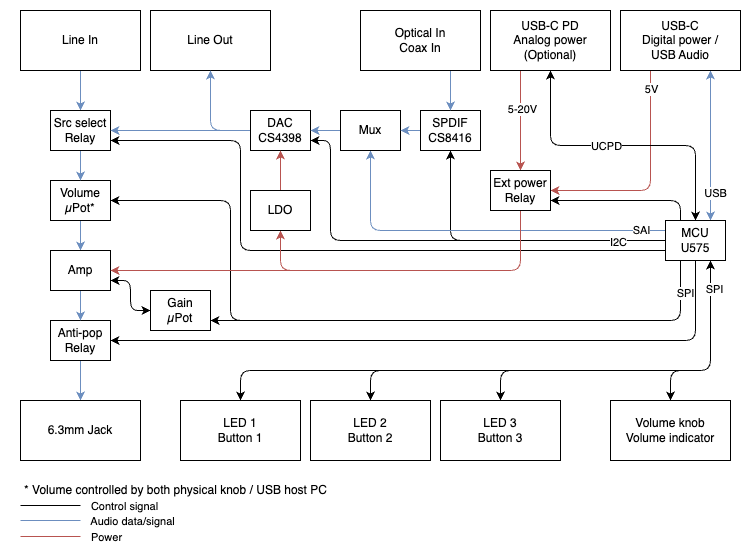
Above: arch.drawio.png in akiroz/Project-H10 (draw.io), before the change. Source tidied: cells renumbered, new cells last; positions are measured from the earlier drawing's top-left corner, leaving out a move shared by most shapes.
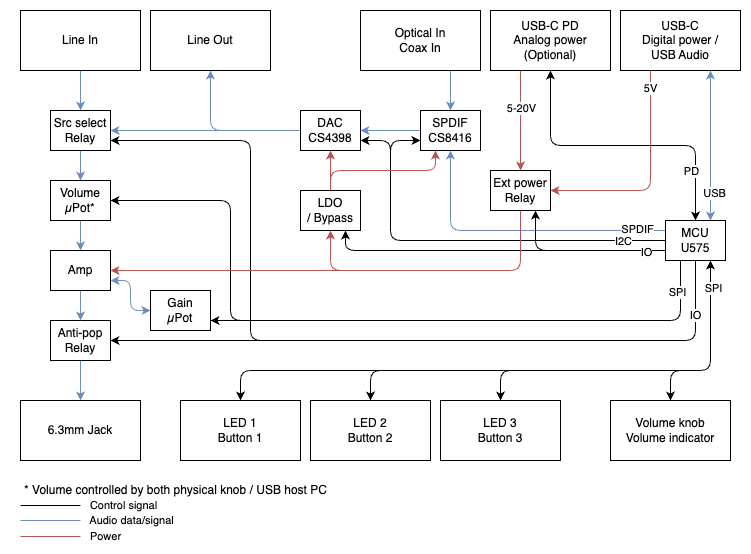
The same file after the commit.

The edit, as a diff of the source:
```diff
@@ -2,8 +2,13 @@
   <root>
     <mxCell id="0" />
     <mxCell id="1" parent="0" />
-    <mxCell id="2" style="edgeStyle=orthogonalEdgeStyle;rounded=1;jettySize=auto;html=1;exitX=0;exitY=0.5;exitDx=0;exitDy=0;entryX=0.5;entryY=1;entryDx=0;entryDy=0;" parent="1" edge="1" source="27" target="61">
-      <mxGeometry relative="1" as="geometry" />
+    <mxCell id="2" style="edgeStyle=orthogonalEdgeStyle;rounded=1;jettySize=auto;html=1;exitX=0;exitY=0.5;exitDx=0;exitDy=0;entryX=0;entryY=0.75;entryDx=0;entryDy=0;" parent="1" edge="1" source="27" target="61">
+      <mxGeometry relative="1" as="geometry">
+        <Array as="points">
+          <mxPoint x="380" y="230" />
+          <mxPoint x="380" y="130" />
+        </Array>
+      </mxGeometry>
     </mxCell>
     <mxCell id="3" style="edgeStyle=orthogonalEdgeStyle;rounded=0;jettySize=auto;html=1;exitX=0.5;exitY=1;exitDx=0;exitDy=0;entryX=0.5;entryY=0;entryDx=0;entryDy=0;fillColor=#dae8fc;strokeColor=#6c8ebf;" parent="1" edge="1" source="4" target="14">
       <mxGeometry relative="1" as="geometry" />
@@ -51,26 +56,24 @@
     <mxCell id="16" value="Anti-pop&lt;br&gt;Relay" style="rounded=0;whiteSpace=wrap;html=1;" parent="1" vertex="1">
       <mxGeometry x="40" y="310" width="60" height="40" as="geometry" />
     </mxCell>
-    <mxCell id="17" style="edgeStyle=orthogonalEdgeStyle;rounded=1;jettySize=auto;html=1;exitX=0.25;exitY=0;exitDx=0;exitDy=0;entryX=1;entryY=0.75;entryDx=0;entryDy=0;" parent="1" edge="1" source="27" target="50">
-      <mxGeometry relative="1" as="geometry" />
-    </mxCell>
-    <mxCell id="18" style="edgeStyle=orthogonalEdgeStyle;rounded=1;jettySize=auto;html=1;exitX=0;exitY=0.25;exitDx=0;exitDy=0;fillColor=#dae8fc;strokeColor=#6c8ebf;entryX=0.5;entryY=1;entryDx=0;entryDy=0;" parent="1" edge="1" source="27" target="59">
+    <mxCell id="18" style="edgeStyle=orthogonalEdgeStyle;rounded=1;jettySize=auto;html=1;exitX=0;exitY=0.25;exitDx=0;exitDy=0;fillColor=#dae8fc;strokeColor=#6c8ebf;entryX=0.5;entryY=1;entryDx=0;entryDy=0;" parent="1" edge="1" source="27" target="61">
       <mxGeometry relative="1" as="geometry">
         <Array as="points">
-          <mxPoint x="360" y="220" />
+          <mxPoint x="440" y="220" />
         </Array>
       </mxGeometry>
     </mxCell>
-    <mxCell id="19" value="SAI" style="edgeLabel;html=1;align=center;verticalAlign=middle;" parent="18" vertex="1">
+    <mxCell id="19" value="SPDIF" style="edgeLabel;html=1;align=center;verticalAlign=middle;" parent="18" vertex="1">
       <mxGeometry x="-0.85" y="-1" relative="1" as="geometry">
-        <mxPoint x="3" as="offset" />
+        <mxPoint x="-6" as="offset" />
       </mxGeometry>
     </mxCell>
-    <mxCell id="20" style="edgeStyle=orthogonalEdgeStyle;rounded=1;jettySize=auto;html=1;exitX=0;exitY=0.75;exitDx=0;exitDy=0;entryX=1;entryY=0.75;entryDx=0;entryDy=0;" parent="1" edge="1" source="27" target="14">
+    <mxCell id="20" style="edgeStyle=orthogonalEdgeStyle;rounded=1;jettySize=auto;html=1;exitX=0.5;exitY=1;exitDx=0;exitDy=0;entryX=1;entryY=0.75;entryDx=0;entryDy=0;" parent="1" edge="1" source="27" target="14">
       <mxGeometry relative="1" as="geometry">
         <Array as="points">
-          <mxPoint x="230" y="240" />
-          <mxPoint x="230" y="130" />
+          <mxPoint x="685" y="330" />
+          <mxPoint x="240" y="330" />
+          <mxPoint x="240" y="130" />
         </Array>
       </mxGeometry>
     </mxCell>
@@ -86,25 +89,41 @@
     <mxCell id="22" style="edgeStyle=orthogonalEdgeStyle;rounded=1;jettySize=auto;html=1;exitX=0.5;exitY=1;exitDx=0;exitDy=0;entryX=1;entryY=0.5;entryDx=0;entryDy=0;" parent="1" edge="1" source="27" target="16">
       <mxGeometry relative="1" as="geometry" />
     </mxCell>
+    <mxCell id="68" value="IO" style="edgeLabel;html=1;align=center;verticalAlign=middle;" parent="22" vertex="1">
+      <mxGeometry x="-0.82" y="1" relative="1" as="geometry">
+        <mxPoint x="-1" y="-5" as="offset" />
+      </mxGeometry>
+    </mxCell>
     <mxCell id="23" style="edgeStyle=orthogonalEdgeStyle;jettySize=auto;html=1;exitX=0.25;exitY=1;exitDx=0;exitDy=0;entryX=1;entryY=0.75;entryDx=0;entryDy=0;rounded=1;" parent="1" edge="1" source="27" target="57">
       <mxGeometry relative="1" as="geometry" />
     </mxCell>
     <mxCell id="24" value="SPI" style="edgeLabel;html=1;align=center;verticalAlign=middle;" parent="23" vertex="1">
       <mxGeometry x="-0.76" relative="1" as="geometry">
-        <mxPoint x="6" y="-28" as="offset" />
+        <mxPoint x="-1" y="-28" as="offset" />
       </mxGeometry>
     </mxCell>
     <mxCell id="25" style="edgeStyle=orthogonalEdgeStyle;rounded=1;jettySize=auto;html=1;exitX=0;exitY=0.5;exitDx=0;exitDy=0;entryX=1;entryY=0.75;entryDx=0;entryDy=0;" parent="1" edge="1" source="27" target="30">
       <mxGeometry relative="1" as="geometry">
         <Array as="points">
-          <mxPoint x="320" y="230" />
-          <mxPoint x="320" y="130" />
+          <mxPoint x="380" y="230" />
+          <mxPoint x="380" y="130" />
         </Array>
       </mxGeometry>
     </mxCell>
     <mxCell id="26" value="I2C" style="edgeLabel;html=1;align=center;verticalAlign=middle;" parent="25" vertex="1">
       <mxGeometry x="-0.79" y="1" relative="1" as="geometry" />
     </mxCell>
+    <mxCell id="69" style="edgeStyle=orthogonalEdgeStyle;rounded=1;jettySize=auto;html=1;exitX=0;exitY=0.75;exitDx=0;exitDy=0;entryX=0.75;entryY=1;entryDx=0;entryDy=0;" parent="1" edge="1" source="27" target="67">
+      <mxGeometry relative="1" as="geometry" />
+    </mxCell>
+    <mxCell id="17" style="edgeStyle=orthogonalEdgeStyle;rounded=1;jettySize=auto;html=1;exitX=0;exitY=0.75;exitDx=0;exitDy=0;entryX=0.75;entryY=1;entryDx=0;entryDy=0;" parent="1" edge="1" source="27" target="50">
+      <mxGeometry relative="1" as="geometry" />
+    </mxCell>
+    <mxCell id="70" value="IO" style="edgeLabel;html=1;align=center;verticalAlign=middle;" parent="17" vertex="1">
+      <mxGeometry x="-0.59" relative="1" as="geometry">
+        <mxPoint x="16" y="2" as="offset" />
+      </mxGeometry>
+    </mxCell>
     <mxCell id="27" value="MCU&lt;br&gt;U575" style="rounded=0;whiteSpace=wrap;html=1;" parent="1" vertex="1">
       <mxGeometry x="655" y="210" width="60" height="40" as="geometry" />
     </mxCell>
@@ -115,7 +134,7 @@
       <mxGeometry relative="1" as="geometry" />
     </mxCell>
     <mxCell id="30" value="DAC&lt;br&gt;CS4398" style="rounded=0;whiteSpace=wrap;html=1;" parent="1" vertex="1">
-      <mxGeometry x="240" y="100" width="60" height="40" as="geometry" />
+      <mxGeometry x="290" y="100" width="60" height="40" as="geometry" />
     </mxCell>
     <mxCell id="31" value="6.3mm Jack" style="rounded=0;whiteSpace=wrap;html=1;" parent="1" vertex="1">
       <mxGeometry x="10" y="390" width="120" height="60" as="geometry" />
@@ -182,9 +201,9 @@
     <mxCell id="44" style="edgeStyle=orthogonalEdgeStyle;rounded=1;jettySize=auto;html=1;exitX=0.5;exitY=1;exitDx=0;exitDy=0;entryX=0.5;entryY=0;entryDx=0;entryDy=0;startArrow=classic;startFill=1;" parent="1" edge="1" source="43" target="27">
       <mxGeometry relative="1" as="geometry" />
     </mxCell>
-    <mxCell id="45" value="UCPD" style="edgeLabel;html=1;align=center;verticalAlign=middle;" parent="44" vertex="1">
+    <mxCell id="45" value="PD" style="edgeLabel;html=1;align=center;verticalAlign=middle;" parent="44" vertex="1">
       <mxGeometry x="-0.17" y="2" relative="1" as="geometry">
-        <mxPoint x="7" y="2" as="offset" />
+        <mxPoint x="93" y="28" as="offset" />
       </mxGeometry>
     </mxCell>
     <mxCell id="46" style="edgeStyle=orthogonalEdgeStyle;rounded=0;jettySize=auto;html=1;exitX=0.5;exitY=1;exitDx=0;exitDy=0;entryX=0.5;entryY=0;entryDx=0;entryDy=0;fillColor=#dae8fc;strokeColor=#6c8ebf;" parent="1" edge="1" source="47" target="16">
@@ -204,7 +223,7 @@
       <mxGeometry relative="1" as="geometry">
         <Array as="points">
           <mxPoint x="510" y="260" />
-          <mxPoint x="270" y="260" />
+          <mxPoint x="320" y="260" />
         </Array>
       </mxGeometry>
     </mxCell>
@@ -236,19 +255,13 @@
     <mxCell id="55" value="* Volume controlled by both physical knob / USB host PC" style="text;html=1;align=center;verticalAlign=middle;strokeColor=none;fillColor=none;" parent="1" vertex="1">
       <mxGeometry y="465" width="330" height="30" as="geometry" />
     </mxCell>
-    <mxCell id="56" style="edgeStyle=orthogonalEdgeStyle;rounded=1;jettySize=auto;html=1;exitX=0;exitY=0.5;exitDx=0;exitDy=0;entryX=1;entryY=0.75;entryDx=0;entryDy=0;startArrow=classic;startFill=1;" parent="1" edge="1" source="57" target="47">
+    <mxCell id="56" style="edgeStyle=orthogonalEdgeStyle;rounded=1;jettySize=auto;html=1;exitX=0;exitY=0.5;exitDx=0;exitDy=0;entryX=1;entryY=0.75;entryDx=0;entryDy=0;startArrow=classic;startFill=1;fillColor=#dae8fc;strokeColor=#6c8ebf;" parent="1" edge="1" source="57" target="47">
       <mxGeometry relative="1" as="geometry" />
     </mxCell>
     <mxCell id="57" value="Gain&lt;br&gt;µPot" style="rounded=0;whiteSpace=wrap;html=1;" parent="1" vertex="1">
       <mxGeometry x="140" y="280" width="60" height="40" as="geometry" />
     </mxCell>
-    <mxCell id="58" style="edgeStyle=orthogonalEdgeStyle;rounded=0;jettySize=auto;html=1;exitX=0;exitY=0.5;exitDx=0;exitDy=0;entryX=1;entryY=0.5;entryDx=0;entryDy=0;fillColor=#dae8fc;strokeColor=#6c8ebf;" parent="1" edge="1" source="59" target="30">
-      <mxGeometry relative="1" as="geometry" />
-    </mxCell>
-    <mxCell id="59" value="Mux" style="rounded=0;whiteSpace=wrap;html=1;" parent="1" vertex="1">
-      <mxGeometry x="330" y="100" width="60" height="40" as="geometry" />
-    </mxCell>
-    <mxCell id="60" style="edgeStyle=orthogonalEdgeStyle;rounded=0;jettySize=auto;html=1;exitX=0;exitY=0.5;exitDx=0;exitDy=0;entryX=1;entryY=0.5;entryDx=0;entryDy=0;fillColor=#dae8fc;strokeColor=#6c8ebf;" parent="1" edge="1" source="61" target="59">
+    <mxCell id="60" style="edgeStyle=orthogonalEdgeStyle;rounded=0;jettySize=auto;html=1;exitX=0;exitY=0.5;exitDx=0;exitDy=0;entryX=1;entryY=0.5;entryDx=0;entryDy=0;fillColor=#dae8fc;strokeColor=#6c8ebf;" parent="1" edge="1" source="61" target="30">
       <mxGeometry relative="1" as="geometry" />
     </mxCell>
     <mxCell id="61" value="SPDIF&lt;br&gt;CS8416" style="rounded=0;whiteSpace=wrap;html=1;" parent="1" vertex="1">
@@ -274,8 +287,11 @@
     <mxCell id="66" style="edgeStyle=orthogonalEdgeStyle;rounded=0;jettySize=auto;html=1;exitX=0.5;exitY=0;exitDx=0;exitDy=0;entryX=0.5;entryY=1;entryDx=0;entryDy=0;fillColor=#f8cecc;strokeColor=#b85450;" parent="1" edge="1" source="67" target="30">
       <mxGeometry relative="1" as="geometry" />
     </mxCell>
-    <mxCell id="67" value="LDO" style="rounded=0;whiteSpace=wrap;html=1;" parent="1" vertex="1">
-      <mxGeometry x="240" y="180" width="60" height="40" as="geometry" />
+    <mxCell id="67" value="LDO&lt;br&gt;/ Bypass" style="rounded=0;whiteSpace=wrap;html=1;" parent="1" vertex="1">
+      <mxGeometry x="290" y="180" width="60" height="40" as="geometry" />
     </mxCell>
+    <mxCell id="71" style="edgeStyle=orthogonalEdgeStyle;rounded=1;jettySize=auto;html=1;exitX=0.5;exitY=0;exitDx=0;exitDy=0;entryX=0.25;entryY=1;entryDx=0;entryDy=0;fillColor=#f8cecc;strokeColor=#b85450;" parent="1" edge="1" source="67" target="61">
+      <mxGeometry relative="1" as="geometry" />
+    </mxCell>
   </root>
 </mxGraphModel>
```
